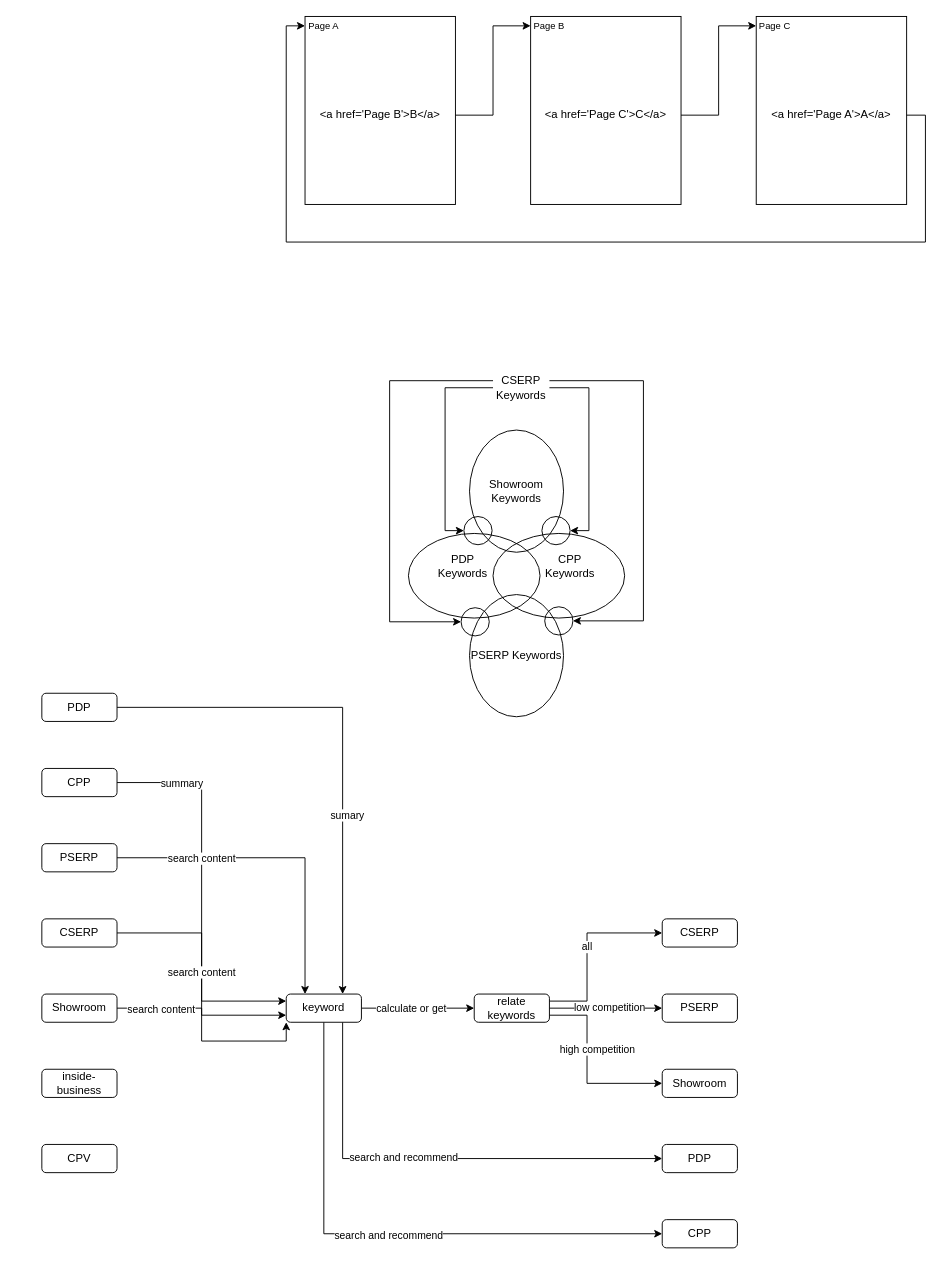
The draw.io diagram drawio/internal_links1225.drawio in VisableHarry/seo-drawio, before the edit. Source tidied: cells renumbered, new cells numbered last; positions are measured from the earlier drawing's top-left corner, leaving out a move shared by most shapes. Both pictures are drawn from the tidied source at 94%, with x=0, y=0 at pixel (41, 16).
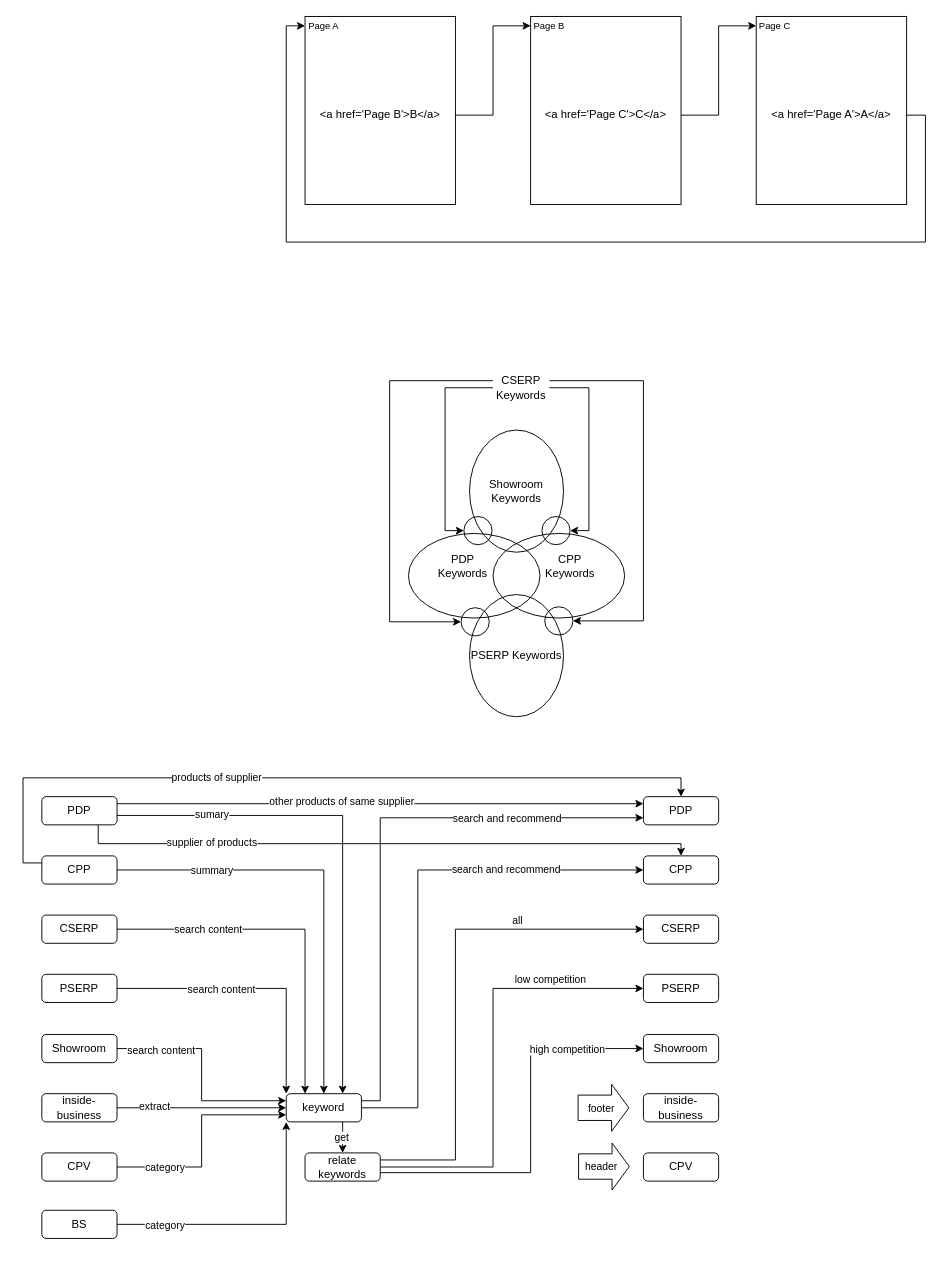
The same page after the edit.

Change to the diagram source:
```diff
@@
+    <mxCell id="49" value="Showroom" style="rounded=1;whiteSpace=wrap;html=1;" parent="1" vertex="1">
+      <mxGeometry y="1083" width="80" height="30" as="geometry" />
+    </mxCell>
+    <mxCell id="65" style="edgeStyle=orthogonalEdgeStyle;rounded=0;jettySize=auto;html=1;exitX=1;exitY=0.25;exitDx=0;exitDy=0;entryX=0;entryY=0.25;entryDx=0;entryDy=0;" parent="1" edge="1" source="52" target="80">
+      <mxGeometry relative="1" as="geometry" />
+    </mxCell>
+    <mxCell id="66" value="other products of same supplier" style="edgeLabel;html=1;align=center;verticalAlign=middle;" parent="65" vertex="1">
+      <mxGeometry x="-0.15" y="3" relative="1" as="geometry" />
+    </mxCell>
+    <mxCell id="67" style="edgeStyle=orthogonalEdgeStyle;rounded=0;jettySize=auto;html=1;exitX=0.75;exitY=1;exitDx=0;exitDy=0;entryX=0.5;entryY=0;entryDx=0;entryDy=0;" parent="1" edge="1" source="52" target="81">
+      <mxGeometry relative="1" as="geometry">
+        <Array as="points">
+          <mxPoint x="60" y="880" />
+          <mxPoint x="680" y="880" />
+        </Array>
+      </mxGeometry>
+    </mxCell>
+    <mxCell id="68" value="supplier of products" style="edgeLabel;html=1;align=center;verticalAlign=middle;" parent="67" vertex="1">
+      <mxGeometry x="-0.57" y="2" relative="1" as="geometry" />
+    </mxCell>
+    <mxCell id="52" value="PDP" style="rounded=1;whiteSpace=wrap;html=1;" parent="1" vertex="1">
+      <mxGeometry y="830" width="80" height="30" as="geometry" />
+    </mxCell>
+    <mxCell id="69" style="edgeStyle=orthogonalEdgeStyle;rounded=0;jettySize=auto;html=1;exitX=0;exitY=0.25;exitDx=0;exitDy=0;entryX=0.5;entryY=0;entryDx=0;entryDy=0;" parent="1" edge="1" source="56" target="80">
+      <mxGeometry relative="1" as="geometry">
+        <Array as="points">
+          <mxPoint x="-20" y="901" />
+          <mxPoint x="-20" y="810" />
+          <mxPoint x="680" y="810" />
+        </Array>
+      </mxGeometry>
+    </mxCell>
+    <mxCell id="70" value="products of supplier" style="edgeLabel;html=1;align=center;verticalAlign=middle;" parent="69" vertex="1">
+      <mxGeometry x="-0.24" y="1" relative="1" as="geometry" />
+    </mxCell>
+    <mxCell id="56" value="CPP" style="rounded=1;whiteSpace=wrap;html=1;" parent="1" vertex="1">
+      <mxGeometry y="893" width="80" height="30" as="geometry" />
+    </mxCell>
+    <mxCell id="59" value="PSERP" style="rounded=1;whiteSpace=wrap;html=1;" parent="1" vertex="1">
+      <mxGeometry y="1019" width="80" height="30" as="geometry" />
+    </mxCell>
+    <mxCell id="62" value="CSERP" style="rounded=1;whiteSpace=wrap;html=1;" parent="1" vertex="1">
+      <mxGeometry y="956" width="80" height="30" as="geometry" />
+    </mxCell>
+    <mxCell id="63" value="inside-business" style="rounded=1;whiteSpace=wrap;html=1;" parent="1" vertex="1">
+      <mxGeometry y="1146" width="80" height="30" as="geometry" />
+    </mxCell>
+    <mxCell id="64" value="CPV" style="rounded=1;whiteSpace=wrap;html=1;" parent="1" vertex="1">
+      <mxGeometry y="1209" width="80" height="30" as="geometry" />
+    </mxCell>
@@
+    <mxCell id="71" style="edgeStyle=orthogonalEdgeStyle;rounded=0;jettySize=auto;html=1;exitX=1;exitY=0.25;exitDx=0;exitDy=0;entryX=0;entryY=0.75;entryDx=0;entryDy=0;" parent="1" edge="1" source="35" target="80">
+      <mxGeometry relative="1" as="geometry">
+        <Array as="points">
+          <mxPoint x="360" y="1154" />
+          <mxPoint x="360" y="853" />
+        </Array>
+      </mxGeometry>
+    </mxCell>
+    <mxCell id="72" value="search and recommend" style="edgeLabel;html=1;align=center;verticalAlign=middle;" parent="71" vertex="1">
+      <mxGeometry x="0.48" y="3" relative="1" as="geometry">
+        <mxPoint x="10" y="3" as="offset" />
+      </mxGeometry>
+    </mxCell>
+    <mxCell id="73" style="edgeStyle=orthogonalEdgeStyle;rounded=0;jettySize=auto;html=1;exitX=1;exitY=0.5;exitDx=0;exitDy=0;entryX=0;entryY=0.5;entryDx=0;entryDy=0;" parent="1" edge="1" source="35" target="81">
+      <mxGeometry relative="1" as="geometry">
+        <Array as="points">
+          <mxPoint x="400" y="1161" />
+          <mxPoint x="400" y="908" />
+        </Array>
+      </mxGeometry>
+    </mxCell>
+    <mxCell id="74" value="search and recommend" style="edgeLabel;html=1;align=center;verticalAlign=middle;" parent="73" vertex="1">
+      <mxGeometry x="0.47" y="1" relative="1" as="geometry" />
+    </mxCell>
-    <mxCell id="29" style="edgeStyle=orthogonalEdgeStyle;rounded=0;jettySize=auto;html=1;exitX=1;exitY=0.5;exitDx=0;exitDy=0;entryX=0;entryY=0.5;entryDx=0;entryDy=0;" parent="1" edge="1" source="35" target="42">
+    <mxCell id="29" style="edgeStyle=orthogonalEdgeStyle;rounded=0;jettySize=auto;html=1;exitX=0.75;exitY=1;exitDx=0;exitDy=0;entryX=0.5;entryY=0;entryDx=0;entryDy=0;" parent="1" edge="1" source="35" target="42">
       <mxGeometry relative="1" as="geometry" />
     </mxCell>
-    <mxCell id="30" value="calculate or get" style="edgeLabel;html=1;align=center;verticalAlign=middle;" parent="29" vertex="1">
-      <mxGeometry x="-0.38" y="1" relative="1" as="geometry">
-        <mxPoint x="15" y="1" as="offset" />
-      </mxGeometry>
-    </mxCell>
-    <mxCell id="31" style="edgeStyle=orthogonalEdgeStyle;rounded=0;jettySize=auto;html=1;exitX=0.75;exitY=1;exitDx=0;exitDy=0;entryX=0;entryY=0.5;entryDx=0;entryDy=0;" parent="1" edge="1" source="35" target="46">
-      <mxGeometry relative="1" as="geometry" />
-    </mxCell>
-    <mxCell id="32" value="search and recommend" style="edgeLabel;html=1;align=center;verticalAlign=middle;" parent="31" vertex="1">
-      <mxGeometry x="-0.14" y="3" relative="1" as="geometry">
-        <mxPoint y="1" as="offset" />
-      </mxGeometry>
-    </mxCell>
-    <mxCell id="33" style="edgeStyle=orthogonalEdgeStyle;rounded=0;jettySize=auto;html=1;exitX=0.5;exitY=1;exitDx=0;exitDy=0;entryX=0;entryY=0.5;entryDx=0;entryDy=0;" parent="1" edge="1" source="35" target="53">
-      <mxGeometry relative="1" as="geometry" />
-    </mxCell>
-    <mxCell id="34" value="search and recommend" style="edgeLabel;html=1;align=center;verticalAlign=middle;" parent="33" vertex="1">
-      <mxGeometry relative="1" as="geometry">
-        <mxPoint y="1" as="offset" />
-      </mxGeometry>
-    </mxCell>
+    <mxCell id="75" value="get" style="edgeLabel;html=1;align=center;verticalAlign=middle;" parent="29" vertex="1">
+      <mxGeometry x="-0.03" y="-2" relative="1" as="geometry" />
+    </mxCell>
     <mxCell id="35" value="keyword" style="rounded=1;whiteSpace=wrap;html=1;strokeColor=default;align=center;verticalAlign=middle;fontFamily=Helvetica;fontSize=12;fontColor=default;fillColor=default;" parent="1" vertex="1">
-      <mxGeometry x="260" y="1040" width="80" height="30" as="geometry" />
+      <mxGeometry x="260" y="1146" width="80" height="30" as="geometry" />
     </mxCell>
     <mxCell id="36" style="edgeStyle=orthogonalEdgeStyle;rounded=0;jettySize=auto;html=1;exitX=1;exitY=0.25;exitDx=0;exitDy=0;entryX=0;entryY=0.5;entryDx=0;entryDy=0;" parent="1" edge="1" source="42" target="43">
       <mxGeometry relative="1" as="geometry">
         <Array as="points">
-          <mxPoint x="580" y="1048" />
-          <mxPoint x="580" y="975" />
+          <mxPoint x="440" y="1217" />
+          <mxPoint x="440" y="971" />
         </Array>
       </mxGeometry>
     </mxCell>
     <mxCell id="37" value="all" style="edgeLabel;html=1;align=center;verticalAlign=middle;" parent="36" vertex="1">
-      <mxGeometry x="0.02" y="1" relative="1" as="geometry" />
+      <mxGeometry x="0.02" y="1" relative="1" as="geometry">
+        <mxPoint x="66" y="-67" as="offset" />
+      </mxGeometry>
     </mxCell>
     <mxCell id="38" style="edgeStyle=orthogonalEdgeStyle;rounded=0;jettySize=auto;html=1;exitX=1;exitY=0.5;exitDx=0;exitDy=0;entryX=0;entryY=0.5;entryDx=0;entryDy=0;" parent="1" edge="1" source="42" target="44">
-      <mxGeometry relative="1" as="geometry" />
+      <mxGeometry relative="1" as="geometry">
+        <Array as="points">
+          <mxPoint x="480" y="1224" />
+          <mxPoint x="480" y="1034" />
+        </Array>
+      </mxGeometry>
     </mxCell>
     <mxCell id="39" value="low competition" style="edgeLabel;html=1;align=center;verticalAlign=middle;" parent="38" vertex="1">
       <mxGeometry x="0.05" y="2" relative="1" as="geometry">
-        <mxPoint y="1" as="offset" />
+        <mxPoint x="62" y="-73" as="offset" />
       </mxGeometry>
     </mxCell>
     <mxCell id="40" style="edgeStyle=orthogonalEdgeStyle;rounded=0;jettySize=auto;html=1;exitX=1;exitY=0.75;exitDx=0;exitDy=0;entryX=0;entryY=0.5;entryDx=0;entryDy=0;" parent="1" edge="1" source="42" target="45">
       <mxGeometry relative="1" as="geometry">
         <Array as="points">
-          <mxPoint x="580" y="1063" />
-          <mxPoint x="580" y="1135" />
+          <mxPoint x="340" y="1230" />
+          <mxPoint x="520" y="1230" />
+          <mxPoint x="520" y="1098" />
         </Array>
       </mxGeometry>
     </mxCell>
     <mxCell id="41" value="high competition" style="edgeLabel;html=1;align=center;verticalAlign=middle;" parent="40" vertex="1">
       <mxGeometry x="-0.21" y="-1" relative="1" as="geometry">
-        <mxPoint x="11" as="offset" />
+        <mxPoint x="61" y="-133" as="offset" />
       </mxGeometry>
     </mxCell>
     <mxCell id="42" value="relate keywords" style="rounded=1;whiteSpace=wrap;html=1;" parent="1" vertex="1">
-      <mxGeometry x="460" y="1040" width="80" height="30" as="geometry" />
+      <mxGeometry x="280" y="1209" width="80" height="30" as="geometry" />
     </mxCell>
     <mxCell id="43" value="CSERP" style="rounded=1;whiteSpace=wrap;html=1;" parent="1" vertex="1">
-      <mxGeometry x="660" y="960" width="80" height="30" as="geometry" />
+      <mxGeometry x="640" y="956" width="80" height="30" as="geometry" />
     </mxCell>
     <mxCell id="44" value="PSERP" style="rounded=1;whiteSpace=wrap;html=1;" parent="1" vertex="1">
-      <mxGeometry x="660" y="1040" width="80" height="30" as="geometry" />
+      <mxGeometry x="640" y="1019" width="80" height="30" as="geometry" />
     </mxCell>
     <mxCell id="45" value="Showroom" style="rounded=1;whiteSpace=wrap;html=1;" parent="1" vertex="1">
-      <mxGeometry x="660" y="1120" width="80" height="30" as="geometry" />
+      <mxGeometry x="640" y="1083" width="80" height="30" as="geometry" />
     </mxCell>
-    <mxCell id="46" value="PDP" style="rounded=1;whiteSpace=wrap;html=1;" parent="1" vertex="1">
-      <mxGeometry x="660" y="1200" width="80" height="30" as="geometry" />
+    <mxCell id="46" value="inside-business" style="rounded=1;whiteSpace=wrap;html=1;" parent="1" vertex="1">
+      <mxGeometry x="640" y="1146" width="80" height="30" as="geometry" />
     </mxCell>
-    <mxCell id="47" style="edgeStyle=orthogonalEdgeStyle;rounded=0;jettySize=auto;html=1;exitX=1;exitY=0.5;exitDx=0;exitDy=0;entryX=0;entryY=1;entryDx=0;entryDy=0;" parent="1" edge="1" source="49" target="35">
+    <mxCell id="47" style="edgeStyle=orthogonalEdgeStyle;rounded=0;jettySize=auto;html=1;exitX=1;exitY=0.5;exitDx=0;exitDy=0;entryX=0;entryY=0.25;entryDx=0;entryDy=0;" parent="1" edge="1" source="49" target="35">
       <mxGeometry relative="1" as="geometry" />
     </mxCell>
@@
-    <mxCell id="49" value="Showroom" style="rounded=1;whiteSpace=wrap;html=1;" parent="1" vertex="1">
-      <mxGeometry y="1040" width="80" height="30" as="geometry" />
-    </mxCell>
-    <mxCell id="50" style="edgeStyle=orthogonalEdgeStyle;rounded=0;jettySize=auto;html=1;exitX=1;exitY=0.5;exitDx=0;exitDy=0;entryX=0.75;entryY=0;entryDx=0;entryDy=0;" parent="1" edge="1" source="52" target="35">
-      <mxGeometry relative="1" as="geometry" />
+    <mxCell id="50" style="edgeStyle=orthogonalEdgeStyle;rounded=0;jettySize=auto;html=1;entryX=0.75;entryY=0;entryDx=0;entryDy=0;" parent="1" edge="1" target="35">
+      <mxGeometry relative="1" as="geometry">
+        <mxPoint x="80" y="850" as="sourcePoint" />
+        <Array as="points">
+          <mxPoint x="80" y="850" />
+          <mxPoint x="320" y="850" />
+        </Array>
+      </mxGeometry>
     </mxCell>
     <mxCell id="51" value="sumary" style="edgeLabel;html=1;align=center;verticalAlign=middle;" parent="50" vertex="1">
-      <mxGeometry x="0.3" y="4" relative="1" as="geometry" />
+      <mxGeometry x="0.3" y="4" relative="1" as="geometry">
+        <mxPoint x="-144" y="-110" as="offset" />
+      </mxGeometry>
     </mxCell>
-    <mxCell id="52" value="PDP" style="rounded=1;whiteSpace=wrap;html=1;" parent="1" vertex="1">
-      <mxGeometry y="720" width="80" height="30" as="geometry" />
-    </mxCell>
-    <mxCell id="53" value="CPP" style="rounded=1;whiteSpace=wrap;html=1;" parent="1" vertex="1">
-      <mxGeometry x="660" y="1280" width="80" height="30" as="geometry" />
+    <mxCell id="53" value="CPV" style="rounded=1;whiteSpace=wrap;html=1;" parent="1" vertex="1">
+      <mxGeometry x="640" y="1209" width="80" height="30" as="geometry" />
     </mxCell>
-    <mxCell id="54" style="edgeStyle=orthogonalEdgeStyle;rounded=0;jettySize=auto;html=1;exitX=1;exitY=0.5;exitDx=0;exitDy=0;entryX=0;entryY=0.25;entryDx=0;entryDy=0;" parent="1" edge="1" source="56" target="35">
+    <mxCell id="54" style="edgeStyle=orthogonalEdgeStyle;rounded=0;jettySize=auto;html=1;exitX=1;exitY=0.5;exitDx=0;exitDy=0;entryX=0.5;entryY=0;entryDx=0;entryDy=0;" parent="1" edge="1" source="56" target="35">
       <mxGeometry relative="1" as="geometry" />
     </mxCell>
     <mxCell id="55" value="summary" style="edgeLabel;html=1;align=center;verticalAlign=middle;" parent="54" vertex="1">
       <mxGeometry x="-0.67" y="1" relative="1" as="geometry">
-        <mxPoint y="1" as="offset" />
+        <mxPoint x="24" y="1" as="offset" />
       </mxGeometry>
     </mxCell>
-    <mxCell id="56" value="CPP" style="rounded=1;whiteSpace=wrap;html=1;" parent="1" vertex="1">
-      <mxGeometry y="800" width="80" height="30" as="geometry" />
-    </mxCell>
-    <mxCell id="57" style="edgeStyle=orthogonalEdgeStyle;rounded=0;jettySize=auto;html=1;exitX=1;exitY=0.5;exitDx=0;exitDy=0;entryX=0;entryY=0.75;entryDx=0;entryDy=0;" parent="1" edge="1" source="59" target="35">
+    <mxCell id="57" style="edgeStyle=orthogonalEdgeStyle;rounded=0;jettySize=auto;html=1;exitX=1;exitY=0.5;exitDx=0;exitDy=0;entryX=0;entryY=0;entryDx=0;entryDy=0;" parent="1" edge="1" source="59" target="35">
       <mxGeometry relative="1" as="geometry" />
     </mxCell>
     <mxCell id="58" value="search content" style="edgeLabel;html=1;align=center;verticalAlign=middle;" parent="57" vertex="1">
       <mxGeometry x="-0.02" y="-2" relative="1" as="geometry">
-        <mxPoint x="1" as="offset" />
+        <mxPoint x="-33" y="-2" as="offset" />
       </mxGeometry>
     </mxCell>
-    <mxCell id="59" value="CSERP" style="rounded=1;whiteSpace=wrap;html=1;" parent="1" vertex="1">
-      <mxGeometry y="960" width="80" height="30" as="geometry" />
-    </mxCell>
@@
-    <mxCell id="62" value="PSERP" style="rounded=1;whiteSpace=wrap;html=1;" parent="1" vertex="1">
-      <mxGeometry y="880" width="80" height="30" as="geometry" />
-    </mxCell>
-    <mxCell id="63" value="inside-business" style="rounded=1;whiteSpace=wrap;html=1;" parent="1" vertex="1">
-      <mxGeometry y="1120" width="80" height="30" as="geometry" />
-    </mxCell>
-    <mxCell id="64" value="CPV" style="rounded=1;whiteSpace=wrap;html=1;" parent="1" vertex="1">
-      <mxGeometry y="1200" width="80" height="30" as="geometry" />
-    </mxCell>
+    <mxCell id="76" style="edgeStyle=orthogonalEdgeStyle;rounded=0;jettySize=auto;html=1;exitX=1;exitY=0.5;exitDx=0;exitDy=0;entryX=0;entryY=0.5;entryDx=0;entryDy=0;" parent="1" edge="1" source="63" target="35">
+      <mxGeometry relative="1" as="geometry" />
+    </mxCell>
+    <mxCell id="77" value="extract" style="edgeLabel;html=1;align=center;verticalAlign=middle;" parent="76" vertex="1">
+      <mxGeometry x="-0.57" y="3" relative="1" as="geometry">
+        <mxPoint y="1" as="offset" />
+      </mxGeometry>
+    </mxCell>
+    <mxCell id="78" style="edgeStyle=orthogonalEdgeStyle;rounded=0;jettySize=auto;html=1;exitX=1;exitY=0.5;exitDx=0;exitDy=0;entryX=0;entryY=0.75;entryDx=0;entryDy=0;" parent="1" edge="1" source="64" target="35">
+      <mxGeometry relative="1" as="geometry" />
+    </mxCell>
+    <mxCell id="79" value="category" style="edgeLabel;html=1;align=center;verticalAlign=middle;" parent="78" vertex="1">
+      <mxGeometry x="-0.72" y="2" relative="1" as="geometry">
+        <mxPoint x="17" y="2" as="offset" />
+      </mxGeometry>
+    </mxCell>
+    <mxCell id="80" value="PDP" style="rounded=1;whiteSpace=wrap;html=1;" parent="1" vertex="1">
+      <mxGeometry x="640" y="830" width="80" height="30" as="geometry" />
+    </mxCell>
+    <mxCell id="81" value="CPP" style="rounded=1;whiteSpace=wrap;html=1;" parent="1" vertex="1">
+      <mxGeometry x="640" y="893" width="80" height="30" as="geometry" />
+    </mxCell>
+    <mxCell id="82" style="shape=flexArrow;endArrow=classic;html=1;rounded=0;strokeWidth=1;targetPerimeterSpacing=0;endWidth=22;endSize=5.79;width=27;" parent="1" edge="1">
+      <mxGeometry relative="1" as="geometry">
+        <mxPoint x="570" y="1161" as="sourcePoint" />
+        <mxPoint x="625" y="1161" as="targetPoint" />
+      </mxGeometry>
+    </mxCell>
+    <mxCell id="83" value="footer" style="edgeLabel;html=1;align=center;verticalAlign=middle;" parent="82" vertex="1">
+      <mxGeometry x="-0.05" y="4" relative="1" as="geometry">
+        <mxPoint x="-2" y="4" as="offset" />
+      </mxGeometry>
+    </mxCell>
+    <mxCell id="84" style="shape=flexArrow;endArrow=classic;html=1;rounded=0;strokeWidth=1;targetPerimeterSpacing=0;endWidth=22;endSize=5.79;width=27;" parent="1" edge="1">
+      <mxGeometry relative="1" as="geometry">
+        <mxPoint x="570.5" y="1223.5" as="sourcePoint" />
+        <mxPoint x="625.5" y="1223.5" as="targetPoint" />
+      </mxGeometry>
+    </mxCell>
+    <mxCell id="85" value="header" style="edgeLabel;html=1;align=center;verticalAlign=middle;" parent="84" vertex="1">
+      <mxGeometry x="-0.05" y="4" relative="1" as="geometry">
+        <mxPoint x="-2" y="4" as="offset" />
+      </mxGeometry>
+    </mxCell>
+    <mxCell id="86" style="edgeStyle=orthogonalEdgeStyle;rounded=0;jettySize=auto;html=1;exitX=1;exitY=0.5;exitDx=0;exitDy=0;entryX=0;entryY=1;entryDx=0;entryDy=0;" parent="1" edge="1" source="88" target="35">
+      <mxGeometry relative="1" as="geometry" />
+    </mxCell>
+    <mxCell id="87" value="category" style="edgeLabel;html=1;align=center;verticalAlign=middle;" parent="86" vertex="1">
+      <mxGeometry x="-0.24" y="2" relative="1" as="geometry">
+        <mxPoint x="-60" y="2" as="offset" />
+      </mxGeometry>
+    </mxCell>
+    <mxCell id="88" value="BS" style="rounded=1;whiteSpace=wrap;html=1;" parent="1" vertex="1">
+      <mxGeometry y="1270" width="80" height="30" as="geometry" />
+    </mxCell>
```
